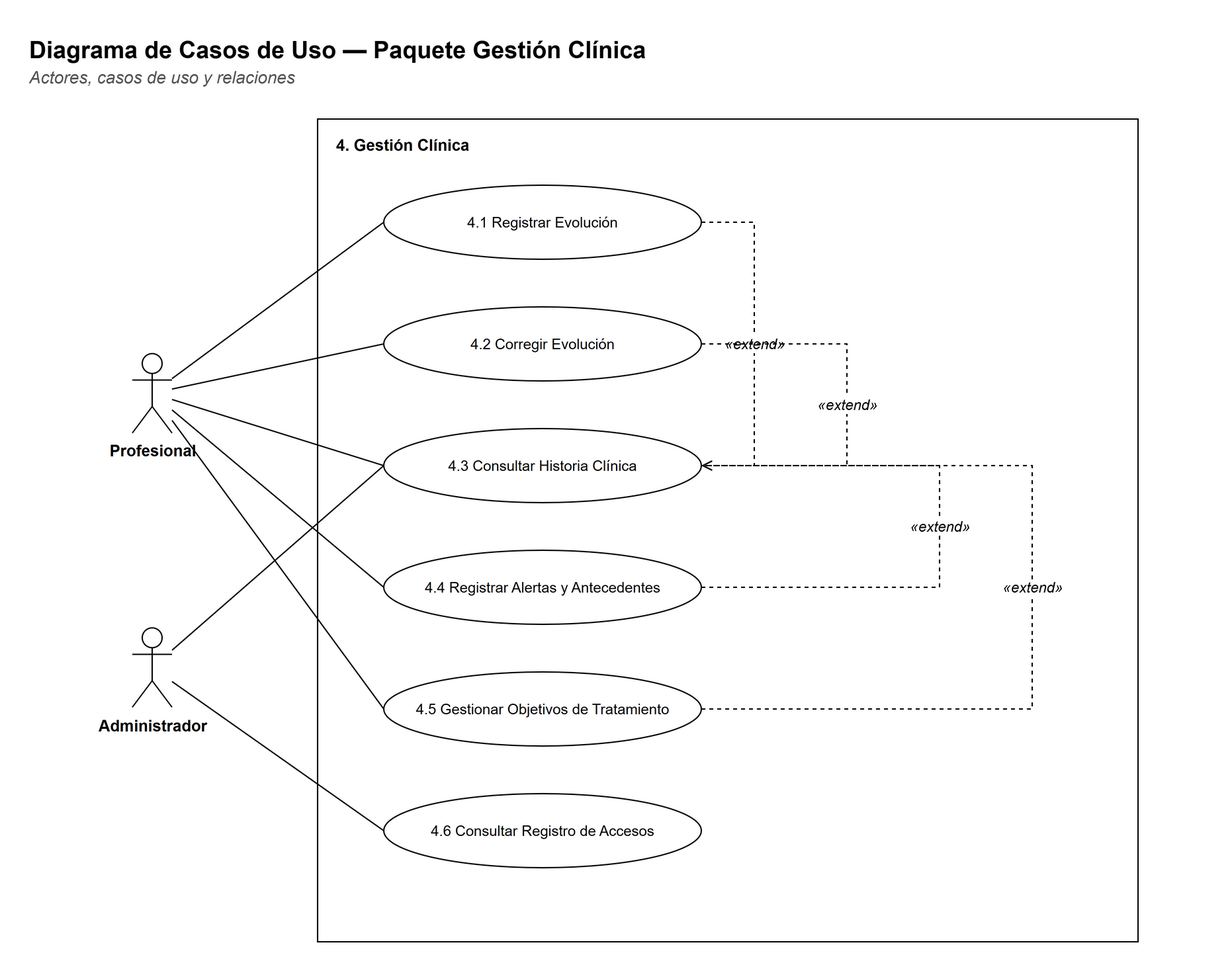
Earlier version of the draw.io export docs/diagramas/paquete-clinica-casos.png (Matiglorioso/kineturnos). Source tidied: cells renumbered, new cells last; positions are measured from the earlier drawing's top-left corner, leaving out a move shared by most shapes.
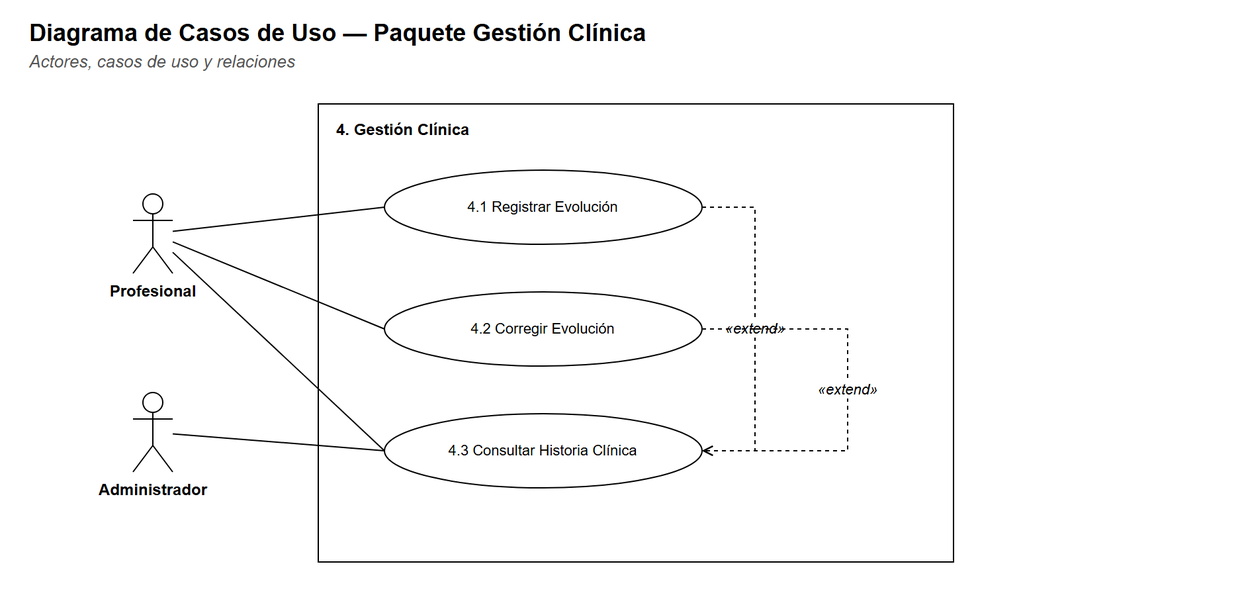
After the commit.

The edit, as a diff of the source:
```diff
@@ -9,10 +9,10 @@
       <mxGeometry y="24" width="900" height="20" as="geometry" />
     </mxCell>
     <mxCell id="4" style="rounded=0;whiteSpace=wrap;html=1;fillColor=#FFFFFF;strokeColor=#000000;fontFamily=Helvetica;fontSize=12;verticalAlign=top;" parent="1" vertex="1">
-      <mxGeometry x="220" y="70" width="620" height="622" as="geometry" />
+      <mxGeometry x="220" y="70" width="480" height="346" as="geometry" />
     </mxCell>
     <mxCell id="5" value="&lt;b&gt;4. Gestión Clínica&lt;/b&gt;" style="text;html=1;strokeColor=none;fillColor=none;align=left;verticalAlign=top;whiteSpace=wrap;fontFamily=Helvetica;fontSize=12;" parent="1" vertex="1">
-      <mxGeometry x="232" y="76" width="600" height="20" as="geometry" />
+      <mxGeometry x="232" y="76" width="460" height="20" as="geometry" />
     </mxCell>
     <mxCell id="6" value="4.1 Registrar Evolución" style="ellipse;whiteSpace=wrap;html=1;fillColor=#FFFFFF;strokeColor=#000000;fontFamily=Helvetica;fontSize=11;" parent="1" vertex="1">
       <mxGeometry x="270" y="120" width="240" height="56" as="geometry" />
@@ -23,73 +23,39 @@
     <mxCell id="8" value="4.3 Consultar Historia Clínica" style="ellipse;whiteSpace=wrap;html=1;fillColor=#FFFFFF;strokeColor=#000000;fontFamily=Helvetica;fontSize=11;" parent="1" vertex="1">
       <mxGeometry x="270" y="304" width="240" height="56" as="geometry" />
     </mxCell>
-    <mxCell id="9" value="4.4 Registrar Alertas y Antecedentes" style="ellipse;whiteSpace=wrap;html=1;fillColor=#FFFFFF;strokeColor=#000000;fontFamily=Helvetica;fontSize=11;" parent="1" vertex="1">
-      <mxGeometry x="270" y="396" width="240" height="56" as="geometry" />
+    <mxCell id="9" value="Profesional" style="shape=umlActor;verticalLabelPosition=bottom;verticalAlign=top;html=1;outlineConnect=0;fillColor=#FFFFFF;strokeColor=#000000;fontFamily=Helvetica;fontSize=12;fontStyle=1;" parent="1" vertex="1">
+      <mxGeometry x="80" y="138" width="30" height="60" as="geometry" />
     </mxCell>
-    <mxCell id="10" value="4.5 Gestionar Objetivos de Tratamiento" style="ellipse;whiteSpace=wrap;html=1;fillColor=#FFFFFF;strokeColor=#000000;fontFamily=Helvetica;fontSize=11;" parent="1" vertex="1">
-      <mxGeometry x="270" y="488" width="240" height="56" as="geometry" />
+    <mxCell id="10" value="Administrador" style="shape=umlActor;verticalLabelPosition=bottom;verticalAlign=top;html=1;outlineConnect=0;fillColor=#FFFFFF;strokeColor=#000000;fontFamily=Helvetica;fontSize=12;fontStyle=1;" parent="1" vertex="1">
+      <mxGeometry x="80" y="288" width="30" height="60" as="geometry" />
     </mxCell>
-    <mxCell id="11" value="4.6 Consultar Registro de Accesos" style="ellipse;whiteSpace=wrap;html=1;fillColor=#FFFFFF;strokeColor=#000000;fontFamily=Helvetica;fontSize=11;" parent="1" vertex="1">
-      <mxGeometry x="270" y="580" width="240" height="56" as="geometry" />
+    <mxCell id="11" style="edgeStyle=none;html=1;endArrow=none;endFill=0;strokeColor=#000000;fontFamily=Helvetica;fontSize=11;labelBackgroundColor=#FFFFFF;entryX=0;entryY=0.5;entryDx=0;entryDy=0;" parent="1" edge="1" source="9" target="6">
+      <mxGeometry relative="1" as="geometry" />
     </mxCell>
-    <mxCell id="12" value="Profesional" style="shape=umlActor;verticalLabelPosition=bottom;verticalAlign=top;html=1;outlineConnect=0;fillColor=#FFFFFF;strokeColor=#000000;fontFamily=Helvetica;fontSize=12;fontStyle=1;" parent="1" vertex="1">
-      <mxGeometry x="80" y="247.3" width="30" height="60" as="geometry" />
+    <mxCell id="12" style="edgeStyle=none;html=1;endArrow=none;endFill=0;strokeColor=#000000;fontFamily=Helvetica;fontSize=11;labelBackgroundColor=#FFFFFF;entryX=0;entryY=0.5;entryDx=0;entryDy=0;" parent="1" edge="1" source="9" target="7">
+      <mxGeometry relative="1" as="geometry" />
     </mxCell>
-    <mxCell id="13" value="Administrador" style="shape=umlActor;verticalLabelPosition=bottom;verticalAlign=top;html=1;outlineConnect=0;fillColor=#FFFFFF;strokeColor=#000000;fontFamily=Helvetica;fontSize=12;fontStyle=1;" parent="1" vertex="1">
-      <mxGeometry x="80" y="454.7" width="30" height="60" as="geometry" />
+    <mxCell id="13" style="edgeStyle=none;html=1;endArrow=none;endFill=0;strokeColor=#000000;fontFamily=Helvetica;fontSize=11;labelBackgroundColor=#FFFFFF;entryX=0;entryY=0.5;entryDx=0;entryDy=0;" parent="1" edge="1" source="9" target="8">
+      <mxGeometry relative="1" as="geometry" />
     </mxCell>
-    <mxCell id="14" style="edgeStyle=none;html=1;endArrow=none;endFill=0;strokeColor=#000000;fontFamily=Helvetica;fontSize=11;labelBackgroundColor=#FFFFFF;entryX=0;entryY=0.5;entryDx=0;entryDy=0;" parent="1" edge="1" source="12" target="6">
+    <mxCell id="14" style="edgeStyle=none;html=1;endArrow=none;endFill=0;strokeColor=#000000;fontFamily=Helvetica;fontSize=11;labelBackgroundColor=#FFFFFF;entryX=0;entryY=0.5;entryDx=0;entryDy=0;" parent="1" edge="1" source="10" target="8">
       <mxGeometry relative="1" as="geometry" />
     </mxCell>
-    <mxCell id="15" style="edgeStyle=none;html=1;endArrow=none;endFill=0;strokeColor=#000000;fontFamily=Helvetica;fontSize=11;labelBackgroundColor=#FFFFFF;entryX=0;entryY=0.5;entryDx=0;entryDy=0;" parent="1" edge="1" source="12" target="7">
-      <mxGeometry relative="1" as="geometry" />
+    <mxCell id="15" value="«extend»" style="edgeStyle=orthogonalEdgeStyle;rounded=0;html=1;endArrow=open;startArrow=none;endFill=0;startFill=0;strokeColor=#000000;fontFamily=Helvetica;fontSize=11;fontStyle=2;labelBackgroundColor=#FFFFFF;dashed=1;exitX=1;exitY=0.5;exitDx=0;exitDy=0;entryX=1;entryY=0.5;entryDx=0;entryDy=0;" parent="1" edge="1" source="6" target="8">
+      <mxGeometry relative="1" as="geometry">
+        <Array as="points">
+          <mxPoint x="550" y="148" />
+          <mxPoint x="550" y="332" />
+        </Array>
+      </mxGeometry>
     </mxCell>
-    <mxCell id="16" style="edgeStyle=none;html=1;endArrow=none;endFill=0;strokeColor=#000000;fontFamily=Helvetica;fontSize=11;labelBackgroundColor=#FFFFFF;entryX=0;entryY=0.5;entryDx=0;entryDy=0;" parent="1" edge="1" source="12" target="8">
-      <mxGeometry relative="1" as="geometry" />
+    <mxCell id="16" value="«extend»" style="edgeStyle=orthogonalEdgeStyle;rounded=0;html=1;endArrow=open;startArrow=none;endFill=0;startFill=0;strokeColor=#000000;fontFamily=Helvetica;fontSize=11;fontStyle=2;labelBackgroundColor=#FFFFFF;dashed=1;exitX=1;exitY=0.5;exitDx=0;exitDy=0;entryX=1;entryY=0.5;entryDx=0;entryDy=0;" parent="1" edge="1" source="7" target="8">
+      <mxGeometry relative="1" as="geometry">
+        <Array as="points">
+          <mxPoint x="620" y="240" />
+          <mxPoint x="620" y="332" />
+        </Array>
+      </mxGeometry>
     </mxCell>
-    <mxCell id="17" style="edgeStyle=none;html=1;endArrow=none;endFill=0;strokeColor=#000000;fontFamily=Helvetica;fontSize=11;labelBackgroundColor=#FFFFFF;entryX=0;entryY=0.5;entryDx=0;entryDy=0;" parent="1" edge="1" source="13" target="8">
-      <mxGeometry relative="1" as="geometry" />
-    </mxCell>
-    <mxCell id="18" style="edgeStyle=none;html=1;endArrow=none;endFill=0;strokeColor=#000000;fontFamily=Helvetica;fontSize=11;labelBackgroundColor=#FFFFFF;entryX=0;entryY=0.5;entryDx=0;entryDy=0;" parent="1" edge="1" source="12" target="9">
-      <mxGeometry relative="1" as="geometry" />
-    </mxCell>
-    <mxCell id="19" style="edgeStyle=none;html=1;endArrow=none;endFill=0;strokeColor=#000000;fontFamily=Helvetica;fontSize=11;labelBackgroundColor=#FFFFFF;entryX=0;entryY=0.5;entryDx=0;entryDy=0;" parent="1" edge="1" source="12" target="10">
-      <mxGeometry relative="1" as="geometry" />
-    </mxCell>
-    <mxCell id="20" style="edgeStyle=none;html=1;endArrow=none;endFill=0;strokeColor=#000000;fontFamily=Helvetica;fontSize=11;labelBackgroundColor=#FFFFFF;entryX=0;entryY=0.5;entryDx=0;entryDy=0;" parent="1" edge="1" source="13" target="11">
-      <mxGeometry relative="1" as="geometry" />
-    </mxCell>
-    <mxCell id="21" value="«extend»" style="edgeStyle=orthogonalEdgeStyle;rounded=0;html=1;endArrow=open;startArrow=none;endFill=0;startFill=0;strokeColor=#000000;fontFamily=Helvetica;fontSize=11;fontStyle=2;labelBackgroundColor=#FFFFFF;dashed=1;exitX=1;exitY=0.5;exitDx=0;exitDy=0;entryX=1;entryY=0.5;entryDx=0;entryDy=0;" parent="1" edge="1" source="6" target="8">
-      <mxGeometry relative="1" as="geometry">
-        <Array as="points">
-          <mxPoint x="550" y="148" />
-          <mxPoint x="550" y="332" />
-        </Array>
-      </mxGeometry>
-    </mxCell>
-    <mxCell id="22" value="«extend»" style="edgeStyle=orthogonalEdgeStyle;rounded=0;html=1;endArrow=open;startArrow=none;endFill=0;startFill=0;strokeColor=#000000;fontFamily=Helvetica;fontSize=11;fontStyle=2;labelBackgroundColor=#FFFFFF;dashed=1;exitX=1;exitY=0.5;exitDx=0;exitDy=0;entryX=1;entryY=0.5;entryDx=0;entryDy=0;" parent="1" edge="1" source="7" target="8">
-      <mxGeometry relative="1" as="geometry">
-        <Array as="points">
-          <mxPoint x="620" y="240" />
-          <mxPoint x="620" y="332" />
-        </Array>
-      </mxGeometry>
-    </mxCell>
-    <mxCell id="23" value="«extend»" style="edgeStyle=orthogonalEdgeStyle;rounded=0;html=1;endArrow=open;startArrow=none;endFill=0;startFill=0;strokeColor=#000000;fontFamily=Helvetica;fontSize=11;fontStyle=2;labelBackgroundColor=#FFFFFF;dashed=1;exitX=1;exitY=0.5;exitDx=0;exitDy=0;entryX=1;entryY=0.5;entryDx=0;entryDy=0;" parent="1" edge="1" source="9" target="8">
-      <mxGeometry relative="1" as="geometry">
-        <Array as="points">
-          <mxPoint x="690" y="424" />
-          <mxPoint x="690" y="332" />
-        </Array>
-      </mxGeometry>
-    </mxCell>
-    <mxCell id="24" value="«extend»" style="edgeStyle=orthogonalEdgeStyle;rounded=0;html=1;endArrow=open;startArrow=none;endFill=0;startFill=0;strokeColor=#000000;fontFamily=Helvetica;fontSize=11;fontStyle=2;labelBackgroundColor=#FFFFFF;dashed=1;exitX=1;exitY=0.5;exitDx=0;exitDy=0;entryX=1;entryY=0.5;entryDx=0;entryDy=0;" parent="1" edge="1" source="10" target="8">
-      <mxGeometry relative="1" as="geometry">
-        <Array as="points">
-          <mxPoint x="760" y="516" />
-          <mxPoint x="760" y="332" />
-        </Array>
-      </mxGeometry>
-    </mxCell>
   </root>
 </mxGraphModel>
```
